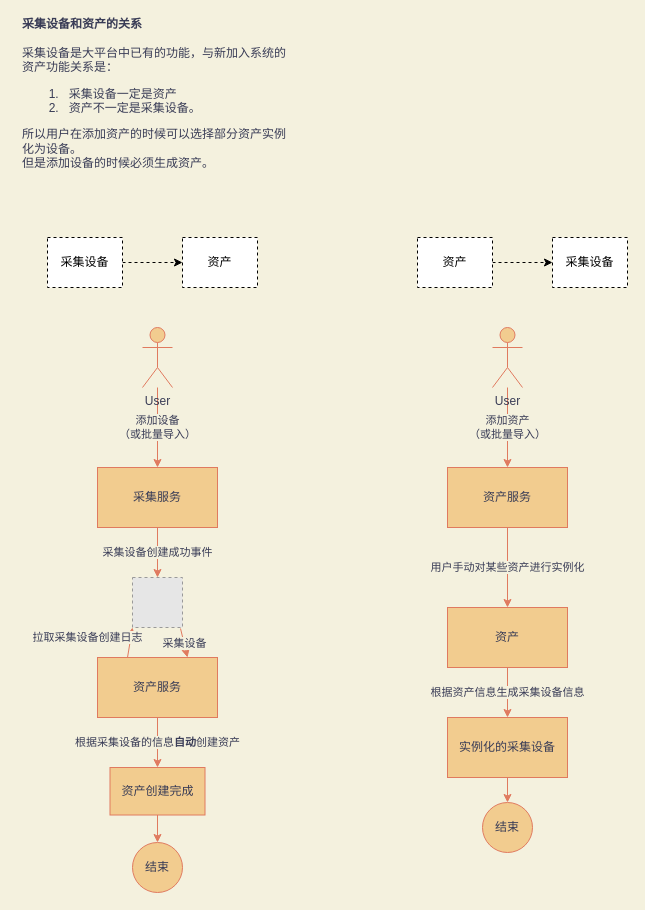
Earlier version of the draw.io diagram page "根据设备生成资产" (4 of 5) of test.drawio (Jarris3154/drawios). Source tidied: cells renumbered, new cells numbered last; positions are measured from the earlier drawing's top-left corner, leaving out a move shared by most shapes. Both pictures are drawn from the tidied source at 100%, with x=0, y=0 at pixel (17, 27). Pictures stored in the file or linked from it are replaced by grey dashed boxes.
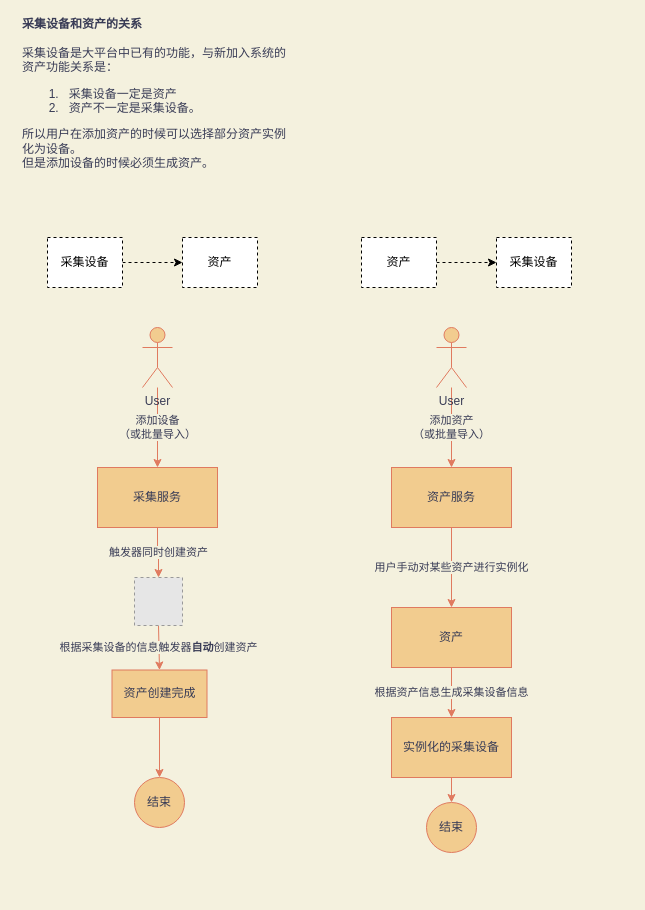
Above is the later version.

Unchanged cells that the change refers to:
```xml
<mxCell id="4" value="采集服务" style="rounded=0;whiteSpace=wrap;html=1;fillColor=#F2CC8F;strokeColor=#E07A5F;fontColor=#393C56;" parent="1" vertex="1">
  <mxGeometry x="80" y="440" width="120" height="60" as="geometry" />
</mxCell>
```

Change to the diagram source:
```diff
@@
-    <mxCell id="2" value="根据采集设备的信息&lt;b&gt;自动&lt;/b&gt;创建资产" style="edgeStyle=none;rounded=0;jettySize=auto;html=1;entryX=0.5;entryY=0;entryDx=0;entryDy=0;exitX=0.5;exitY=1;exitDx=0;exitDy=0;labelBackgroundColor=#F4F1DE;strokeColor=#E07A5F;fontColor=#393C56;" parent="1" edge="1" source="22" target="23">
+    <mxCell id="2" value="根据采集设备的信息触发器&lt;b&gt;自动&lt;/b&gt;创建资产" style="edgeStyle=none;rounded=0;jettySize=auto;html=1;entryX=0.5;entryY=0;entryDx=0;entryDy=0;exitX=0.5;exitY=1;exitDx=0;exitDy=0;labelBackgroundColor=#F4F1DE;strokeColor=#E07A5F;fontColor=#393C56;" parent="1" edge="1" source="30" target="23">
       <mxGeometry relative="1" as="geometry" />
     </mxCell>
-    <mxCell id="3" value="采集设备创建成功事件" style="edgeStyle=orthogonalEdgeStyle;rounded=0;jettySize=auto;html=1;labelBackgroundColor=#F4F1DE;strokeColor=#E07A5F;fontColor=#393C56;" parent="1" edge="1" source="4" target="20">
+    <mxCell id="3" value="触发器同时创建资产" style="edgeStyle=orthogonalEdgeStyle;rounded=0;jettySize=auto;html=1;labelBackgroundColor=#F4F1DE;strokeColor=#E07A5F;fontColor=#393C56;entryX=0.5;entryY=0;entryDx=0;entryDy=0;" parent="1" edge="1" source="4" target="30">
       <mxGeometry relative="1" as="geometry" />
     </mxCell>
@@
     <mxCell id="8" value="资产" style="rounded=0;whiteSpace=wrap;html=1;fillColor=#F2CC8F;strokeColor=#E07A5F;fontColor=#393C56;" parent="1" vertex="1">
-      <mxGeometry x="430" y="580" width="120" height="60" as="geometry" />
+      <mxGeometry x="374" y="580" width="120" height="60" as="geometry" />
     </mxCell>
@@
     <mxCell id="10" value="资产服务" style="rounded=0;whiteSpace=wrap;html=1;fillColor=#F2CC8F;strokeColor=#E07A5F;fontColor=#393C56;" parent="1" vertex="1">
-      <mxGeometry x="430" y="440" width="120" height="60" as="geometry" />
+      <mxGeometry x="374" y="440" width="120" height="60" as="geometry" />
     </mxCell>
@@
     <mxCell id="12" value="User" style="shape=umlActor;verticalLabelPosition=bottom;verticalAlign=top;html=1;outlineConnect=0;fillColor=#F2CC8F;strokeColor=#E07A5F;fontColor=#393C56;" parent="1" vertex="1">
-      <mxGeometry x="475" y="300" width="30" height="60" as="geometry" />
+      <mxGeometry x="419" y="300" width="30" height="60" as="geometry" />
     </mxCell>
@@
     <mxCell id="14" value="结束" style="ellipse;whiteSpace=wrap;html=1;fillColor=#F2CC8F;strokeColor=#E07A5F;fontColor=#393C56;" parent="1" vertex="1">
-      <mxGeometry x="115" y="815" width="50" height="50" as="geometry" />
+      <mxGeometry x="117" y="750" width="50" height="50" as="geometry" />
     </mxCell>
@@
     <mxCell id="16" value="实例化的采集设备" style="rounded=0;whiteSpace=wrap;html=1;fillColor=#F2CC8F;strokeColor=#E07A5F;fontColor=#393C56;" parent="1" vertex="1">
-      <mxGeometry x="430" y="690" width="120" height="60" as="geometry" />
+      <mxGeometry x="374" y="690" width="120" height="60" as="geometry" />
     </mxCell>
@@
     <mxCell id="18" value="结束" style="ellipse;whiteSpace=wrap;html=1;fillColor=#F2CC8F;strokeColor=#E07A5F;fontColor=#393C56;" parent="1" vertex="1">
-      <mxGeometry x="465" y="775" width="50" height="50" as="geometry" />
+      <mxGeometry x="409" y="775" width="50" height="50" as="geometry" />
     </mxCell>
-    <mxCell id="19" value="采集设备" style="edgeStyle=none;rounded=0;jettySize=auto;html=1;entryX=0.75;entryY=0;entryDx=0;entryDy=0;exitX=0.96;exitY=1.02;exitDx=0;exitDy=0;exitPerimeter=0;labelBackgroundColor=#F4F1DE;strokeColor=#E07A5F;fontColor=#393C56;" parent="1" edge="1" source="20" target="22">
-      <mxGeometry relative="1" as="geometry" />
-    </mxCell>
-    <mxCell id="20" style="fillColor=#E6E6E6;strokeColor=#999999;dashed=1;verticalLabelPosition=bottom;verticalAlign=top;fontColor=#393C56;" parent="1" vertex="1">
-      <mxGeometry x="115" y="550" width="50" height="50" as="geometry" />
-    </mxCell>
-    <mxCell id="21" value="拉取采集设备创建日志" style="edgeStyle=none;rounded=0;jettySize=auto;html=1;entryX=0;entryY=1;entryDx=0;entryDy=0;exitX=0.25;exitY=0;exitDx=0;exitDy=0;labelBackgroundColor=#F4F1DE;strokeColor=#E07A5F;fontColor=#393C56;" parent="1" edge="1" source="22" target="20">
-      <mxGeometry x="-0.14" y="43" relative="1" as="geometry" />
-    </mxCell>
-    <mxCell id="22" value="资产服务" style="rounded=0;whiteSpace=wrap;html=1;fillColor=#F2CC8F;strokeColor=#E07A5F;fontColor=#393C56;" parent="1" vertex="1">
-      <mxGeometry x="80" y="630" width="120" height="60" as="geometry" />
-    </mxCell>
     <mxCell id="23" value="资产创建完成" style="rounded=0;whiteSpace=wrap;html=1;fillColor=#F2CC8F;strokeColor=#E07A5F;fontColor=#393C56;" parent="1" vertex="1">
-      <mxGeometry x="92.5" y="740" width="95" height="47.5" as="geometry" />
+      <mxGeometry x="94.5" y="642.5" width="95" height="47.5" as="geometry" />
     </mxCell>
@@
     <mxCell id="28" value="资产" style="rounded=0;whiteSpace=wrap;html=1;dashed=1;" parent="1" vertex="1">
-      <mxGeometry x="400" y="210" width="75" height="50" as="geometry" />
+      <mxGeometry x="344" y="210" width="75" height="50" as="geometry" />
     </mxCell>
     <mxCell id="29" value="采集设备" style="rounded=0;whiteSpace=wrap;html=1;dashed=1;" parent="1" vertex="1">
-      <mxGeometry x="535" y="210" width="75" height="50" as="geometry" />
+      <mxGeometry x="479" y="210" width="75" height="50" as="geometry" />
     </mxCell>
+    <mxCell id="30" style="fillColor=#E6E6E6;strokeColor=#999999;dashed=1;html=1;verticalAlign=top;verticalLabelPosition=bottom;labelBackgroundColor=#ffffff;" parent="1" vertex="1">
+      <mxGeometry x="117" y="550" width="48" height="48" as="geometry" />
+    </mxCell>
```
